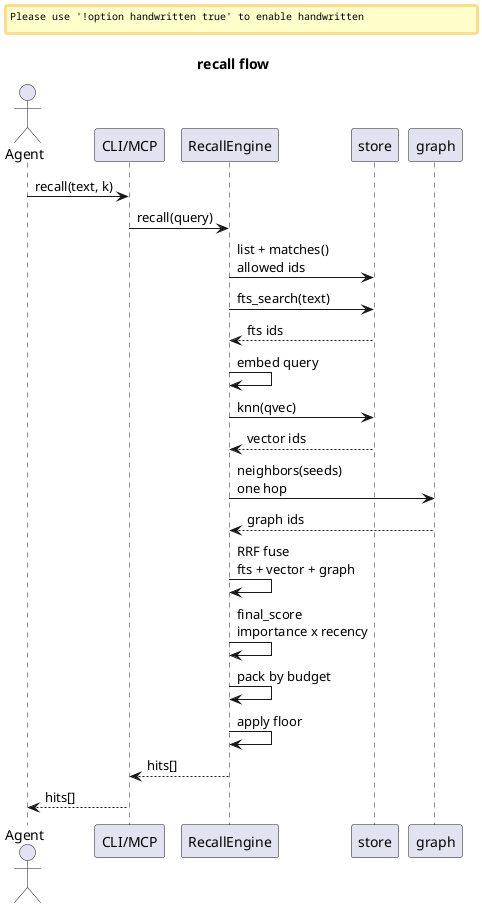
Before: docs/diagrams/sequence-recall.png, a diagram exported from PlantUML (Gintoki571/ReMem).
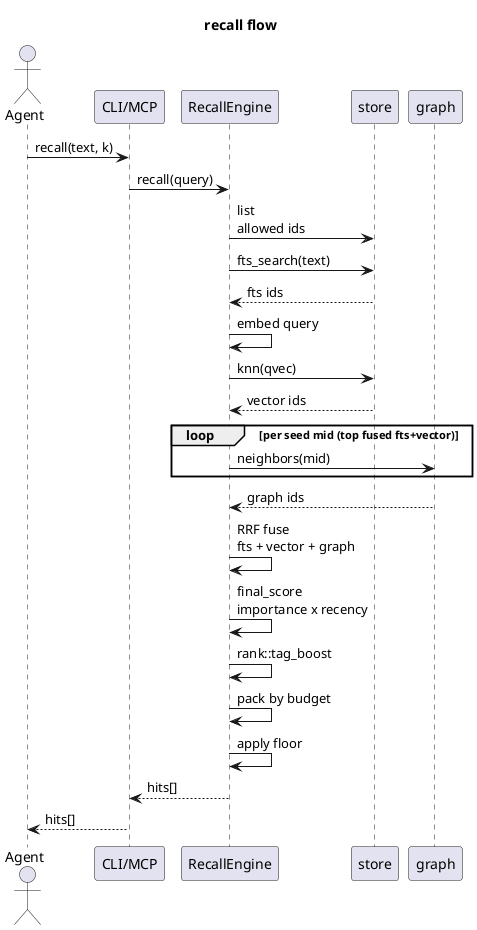
After the commit.

Diff of the diagram source:
```diff
@@ -1,5 +1,4 @@
 @startuml
-skinparam handwritten false
 title recall flow
 actor Agent
 participant "CLI/MCP" as edge
@@ -8,16 +7,19 @@
 participant "graph" as graph
 Agent -> edge: recall(text, k)
 edge -> engine: recall(query)
-engine -> store: list + matches()\nallowed ids
+engine -> store: list\nallowed ids
 engine -> store: fts_search(text)
 store --> engine: fts ids
 engine -> engine: embed query
 engine -> store: knn(qvec)
 store --> engine: vector ids
-engine -> graph: neighbors(seeds)\none hop
+loop per seed mid (top fused fts+vector)
+  engine -> graph: neighbors(mid)
+end
 graph --> engine: graph ids
 engine -> engine: RRF fuse\nfts + vector + graph
 engine -> engine: final_score\nimportance x recency
+engine -> engine: rank::tag_boost
 engine -> engine: pack by budget
 engine -> engine: apply floor
 engine --> edge: hits[]
```
